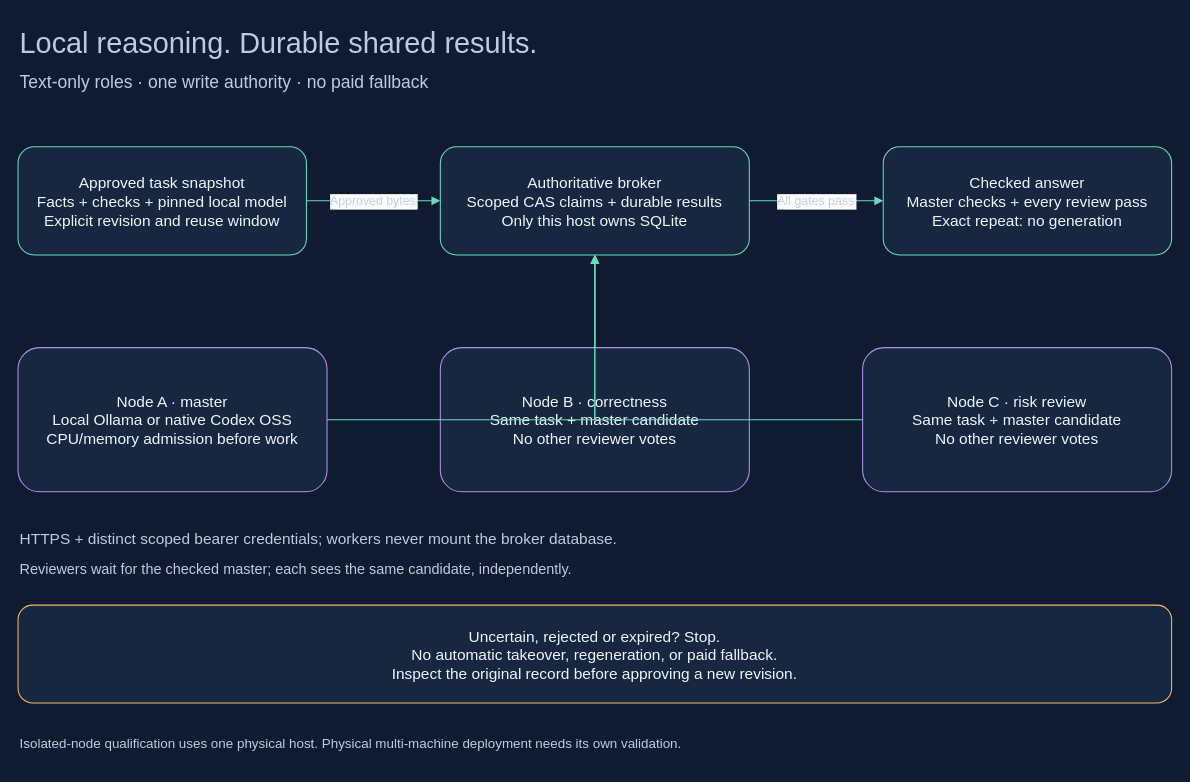
This is docs/diagrams/local-agent-teams.drawio from spfuzzylink/questlock, a draw.io file, before an edit. Source tidied: cells renumbered, new cells numbered last; positions are measured from the earlier drawing's top-left corner, leaving out a move shared by most shapes. Both pictures are drawn from the tidied source at 103%, with x=0, y=0 at pixel (18, 18).
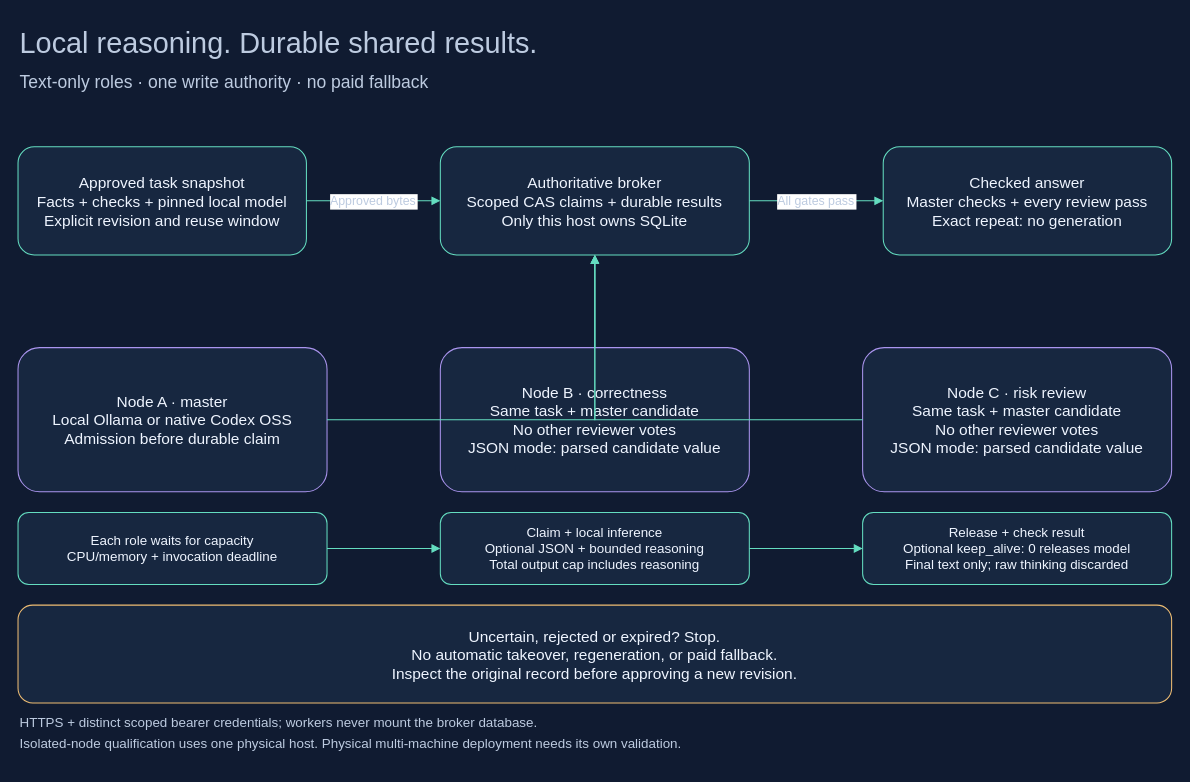
Above is the later version.

Commit message (it also covers changes not shown here):
docs(architecture): show bounded local role lifecycle

The edit, as a diff of the source:
```diff
@@
-    <mxCell id="5" value="Node A · master&#10;Local Ollama or native Codex OSS&#10;CPU/memory admission before work" style="rounded=1;whiteSpace=wrap;html=0;fillColor=#172740;fontColor=#eff5ff;strokeColor=#ab95ef;fontSize=15;" parent="1" vertex="1">
+    <mxCell id="5" value="Node A · master&#10;Local Ollama or native Codex OSS&#10;Admission before durable claim" style="rounded=1;whiteSpace=wrap;html=0;fillColor=#172740;fontColor=#eff5ff;strokeColor=#ab95ef;fontSize=15;" parent="1" vertex="1">
       <mxGeometry y="320" width="300" height="140" as="geometry" />
     </mxCell>
-    <mxCell id="6" value="Node B · correctness&#10;Same task + master candidate&#10;No other reviewer votes" style="rounded=1;whiteSpace=wrap;html=0;fillColor=#172740;fontColor=#eff5ff;strokeColor=#ab95ef;fontSize=15;" parent="1" vertex="1">
+    <mxCell id="6" value="Node B · correctness&#10;Same task + master candidate&#10;No other reviewer votes&#10;JSON mode: parsed candidate value" style="rounded=1;whiteSpace=wrap;html=0;fillColor=#172740;fontColor=#eff5ff;strokeColor=#ab95ef;fontSize=15;" parent="1" vertex="1">
       <mxGeometry x="410" y="320" width="300" height="140" as="geometry" />
     </mxCell>
-    <mxCell id="7" value="Node C · risk review&#10;Same task + master candidate&#10;No other reviewer votes" style="rounded=1;whiteSpace=wrap;html=0;fillColor=#172740;fontColor=#eff5ff;strokeColor=#ab95ef;fontSize=15;" parent="1" vertex="1">
+    <mxCell id="7" value="Node C · risk review&#10;Same task + master candidate&#10;No other reviewer votes&#10;JSON mode: parsed candidate value" style="rounded=1;whiteSpace=wrap;html=0;fillColor=#172740;fontColor=#eff5ff;strokeColor=#ab95ef;fontSize=15;" parent="1" vertex="1">
       <mxGeometry x="820" y="320" width="300" height="140" as="geometry" />
     </mxCell>
@@
+    <mxCell id="19" value="Each role waits for capacity&#10;CPU/memory + invocation deadline" style="rounded=1;whiteSpace=wrap;html=0;fillColor=#172740;fontColor=#eff5ff;strokeColor=#64ddc0;fontSize=13;" parent="1" vertex="1">
+      <mxGeometry y="480" width="300" height="70" as="geometry" />
+    </mxCell>
+    <mxCell id="20" value="Claim + local inference&#10;Optional JSON + bounded reasoning&#10;Total output cap includes reasoning" style="rounded=1;whiteSpace=wrap;html=0;fillColor=#172740;fontColor=#eff5ff;strokeColor=#64ddc0;fontSize=13;" parent="1" vertex="1">
+      <mxGeometry x="410" y="480" width="300" height="70" as="geometry" />
+    </mxCell>
+    <mxCell id="21" value="Release + check result&#10;Optional keep_alive: 0 releases model&#10;Final text only; raw thinking discarded" style="rounded=1;whiteSpace=wrap;html=0;fillColor=#172740;fontColor=#eff5ff;strokeColor=#64ddc0;fontSize=13;" parent="1" vertex="1">
+      <mxGeometry x="820" y="480" width="300" height="70" as="geometry" />
+    </mxCell>
+    <mxCell id="22" style="edgeStyle=orthogonalEdgeStyle;rounded=0;html=0;endArrow=block;strokeColor=#64ddc0;" parent="1" edge="1" source="19" target="20">
+      <mxGeometry relative="1" as="geometry" />
+    </mxCell>
+    <mxCell id="23" style="edgeStyle=orthogonalEdgeStyle;rounded=0;html=0;endArrow=block;strokeColor=#64ddc0;" parent="1" edge="1" source="20" target="21">
+      <mxGeometry relative="1" as="geometry" />
+    </mxCell>
@@
-    <mxCell id="16" value="HTTPS + distinct scoped bearer credentials; workers never mount the broker database." style="text;html=0;strokeColor=none;fillColor=none;fontColor=#bdcbe0;fontSize=15;" parent="1" vertex="1">
-      <mxGeometry y="490" width="1120" height="35" as="geometry" />
+    <mxCell id="16" value="HTTPS + distinct scoped bearer credentials; workers never mount the broker database." style="text;html=0;strokeColor=none;fillColor=none;fontColor=#bdcbe0;fontSize=13;" parent="1" vertex="1">
+      <mxGeometry y="670" width="1120" height="25" as="geometry" />
     </mxCell>
-    <mxCell id="17" value="Reviewers wait for the checked master; each sees the same candidate, independently." style="text;html=0;strokeColor=none;fillColor=none;fontColor=#bdcbe0;fontSize=14;" parent="1" vertex="1">
-      <mxGeometry y="520" width="1120" height="35" as="geometry" />
-    </mxCell>
```
